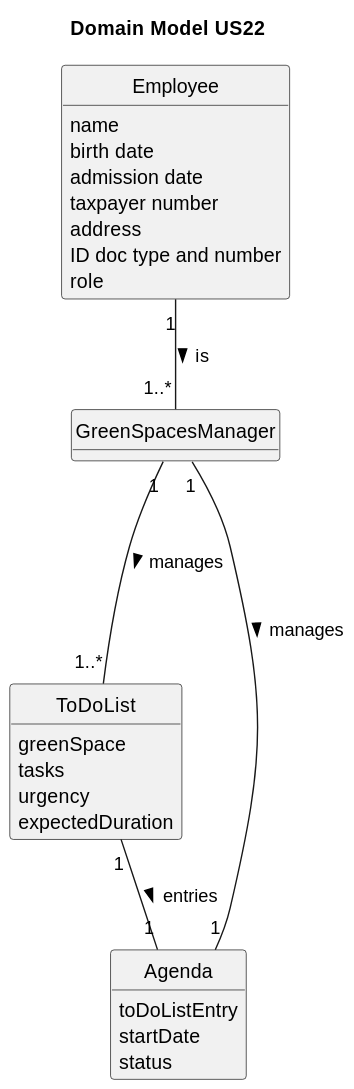
Before: docs/sprintC/US022/02.analysis/svg/us22-domain-model.svg, a diagram exported from PlantUML (LopemigueISEP/lei-24-s2-1nb-g312). The source it was exported from:
```plantuml
@startuml
skinparam monochrome true
skinparam packageStyle rectangle
skinparam shadowing false


skinparam classAttributeIconSize 0

hide circle
hide methods

title Domain Model US22


class Employee {
    name
    birth date
    contact (email/phone)
    admission date
    taxpayer number
    address
    ID doc type and number
    role
}

class GreenSpacesManager{

}

class ToDoList{
    greenSpace
    tasks
    urgency
    expectedDuration
}

class Agenda {
    toDoListEntry
    startDate
    status
}
Employee "1" -- "1..*" GreenSpacesManager : is >
GreenSpacesManager "1" --- "1..*" ToDoList : manages >
GreenSpacesManager "1" -- "1" Agenda : manages >
ToDoList "1" -- "1" Agenda : entries >
@enduml
```
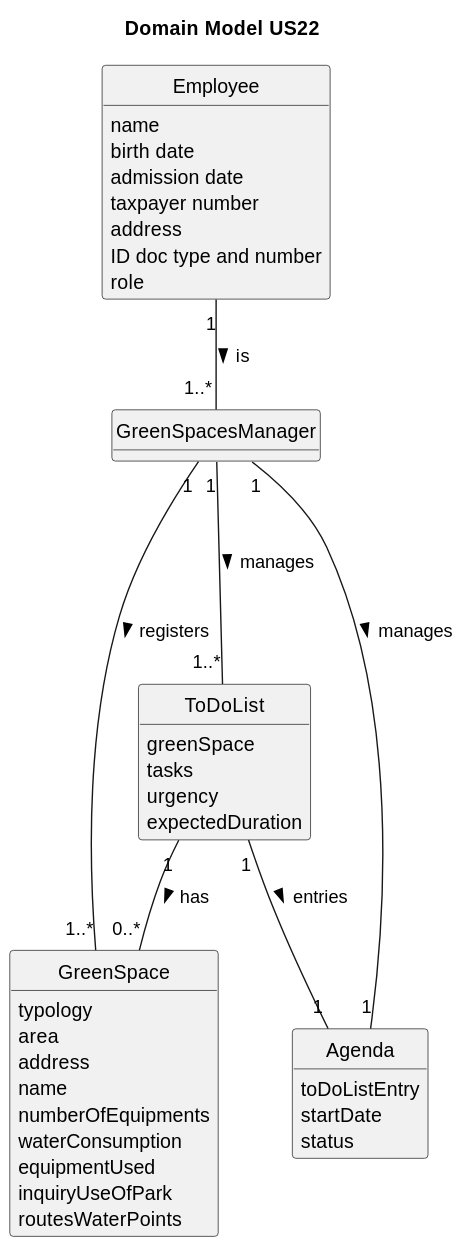
Above is the later version.

Commit message:
US20 UI, controller, repository and domain creation.

What changed in the source:
```diff
@@ -33,7 +33,17 @@
     urgency
     expectedDuration
 }
-
+class GreenSpace {
+    typology
+    area
+    address
+    name
+    numberOfEquipments
+    waterConsumption
+    equipmentUsed
+    inquiryUseOfPark
+    routesWaterPoints
+}
 class Agenda {
     toDoListEntry
     startDate
@@ -43,4 +53,6 @@
 GreenSpacesManager "1" --- "1..*" ToDoList : manages >
 GreenSpacesManager "1" -- "1" Agenda : manages >
 ToDoList "1" -- "1" Agenda : entries >
+GreenSpacesManager "1" -- "1..*" GreenSpace : registers >
+ToDoList "1" -- "0..*" GreenSpace : has >
 @enduml
```
